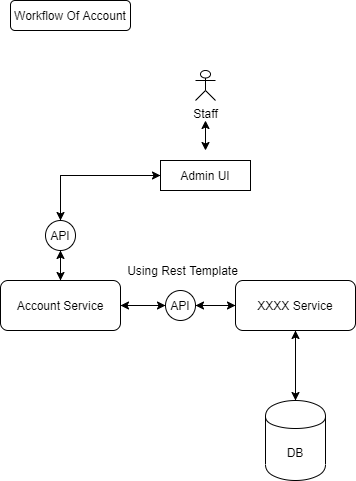
Before: rms-account-document/RMS_ACCCOUNT_SOLUTION.png, a diagram exported from draw.io (kaisven7/rms-documents). Source tidied: cells renumbered, new cells last; positions are measured from the earlier drawing's top-left corner, leaving out a move shared by most shapes. Source of this version:
```xml
<mxGraphModel>
  <root>
    <mxCell id="0" />
    <mxCell id="1" parent="0" />
    <mxCell id="2" value="Staff" style="shape=umlActor;verticalLabelPosition=bottom;labelBackgroundColor=#ffffff;verticalAlign=top;html=1;" parent="1" vertex="1">
      <mxGeometry x="195" y="70" width="20" height="30" as="geometry" />
    </mxCell>
    <mxCell id="3" style="edgeStyle=orthogonalEdgeStyle;rounded=0;jettySize=auto;html=1;exitX=0;exitY=0.5;exitDx=0;exitDy=0;entryX=0.5;entryY=0;entryDx=0;entryDy=0;" parent="1" edge="1" source="4" target="10">
      <mxGeometry relative="1" as="geometry" />
    </mxCell>
    <mxCell id="4" value="Admin UI" style="rounded=0;whiteSpace=wrap;html=1;" parent="1" vertex="1">
      <mxGeometry x="160" y="160" width="90" height="30" as="geometry" />
    </mxCell>
    <mxCell id="5" style="edgeStyle=orthogonalEdgeStyle;rounded=0;jettySize=auto;html=1;exitX=0.5;exitY=0;exitDx=0;exitDy=0;" parent="1" edge="1" source="7" target="10">
      <mxGeometry relative="1" as="geometry" />
    </mxCell>
    <mxCell id="6" style="edgeStyle=orthogonalEdgeStyle;rounded=0;jettySize=auto;html=1;exitX=1;exitY=0.5;exitDx=0;exitDy=0;entryX=0;entryY=0.5;entryDx=0;entryDy=0;" parent="1" edge="1" source="7" target="15">
      <mxGeometry relative="1" as="geometry" />
    </mxCell>
    <mxCell id="7" value="Account Service" style="rounded=1;whiteSpace=wrap;html=1;" parent="1" vertex="1">
      <mxGeometry y="280" width="120" height="50" as="geometry" />
    </mxCell>
    <mxCell id="8" style="edgeStyle=orthogonalEdgeStyle;rounded=0;jettySize=auto;html=1;exitX=0.5;exitY=1;exitDx=0;exitDy=0;entryX=0.5;entryY=0;entryDx=0;entryDy=0;" parent="1" edge="1" source="10" target="7">
      <mxGeometry relative="1" as="geometry" />
    </mxCell>
    <mxCell id="9" style="edgeStyle=orthogonalEdgeStyle;rounded=0;jettySize=auto;html=1;exitX=0.5;exitY=0;exitDx=0;exitDy=0;entryX=0;entryY=0.5;entryDx=0;entryDy=0;" parent="1" edge="1" source="10" target="4">
      <mxGeometry relative="1" as="geometry" />
    </mxCell>
    <mxCell id="10" value="API" style="ellipse;whiteSpace=wrap;html=1;" parent="1" vertex="1">
      <mxGeometry x="45" y="220" width="30" height="30" as="geometry" />
    </mxCell>
    <mxCell id="11" style="endArrow=classic;startArrow=classic;html=1;" parent="1" edge="1">
      <mxGeometry relative="1" as="geometry">
        <mxPoint x="205" y="150" as="sourcePoint" />
        <mxPoint x="205" y="120" as="targetPoint" />
      </mxGeometry>
    </mxCell>
    <mxCell id="12" value="Workflow Of Account" style="rounded=1;whiteSpace=wrap;html=1;" parent="1" vertex="1">
      <mxGeometry x="10" width="120" height="30" as="geometry" />
    </mxCell>
    <mxCell id="13" style="edgeStyle=orthogonalEdgeStyle;rounded=0;jettySize=auto;html=1;exitX=1;exitY=0.5;exitDx=0;exitDy=0;" parent="1" edge="1" source="15" target="17">
      <mxGeometry relative="1" as="geometry" />
    </mxCell>
    <mxCell id="14" style="edgeStyle=orthogonalEdgeStyle;rounded=0;jettySize=auto;html=1;exitX=0;exitY=0.5;exitDx=0;exitDy=0;entryX=1;entryY=0.5;entryDx=0;entryDy=0;" parent="1" edge="1" source="15" target="7">
      <mxGeometry relative="1" as="geometry" />
    </mxCell>
    <mxCell id="15" value="API" style="ellipse;whiteSpace=wrap;html=1;" parent="1" vertex="1">
      <mxGeometry x="165" y="290" width="30" height="30" as="geometry" />
    </mxCell>
    <mxCell id="16" style="edgeStyle=orthogonalEdgeStyle;rounded=0;jettySize=auto;html=1;exitX=0;exitY=0.5;exitDx=0;exitDy=0;" parent="1" edge="1" source="17" target="15">
      <mxGeometry relative="1" as="geometry" />
    </mxCell>
    <mxCell id="17" value="XXXX Service" style="rounded=1;whiteSpace=wrap;html=1;" parent="1" vertex="1">
      <mxGeometry x="235" y="280" width="120" height="50" as="geometry" />
    </mxCell>
    <mxCell id="18" style="edgeStyle=orthogonalEdgeStyle;rounded=0;jettySize=auto;html=1;exitX=0.5;exitY=1;exitDx=0;exitDy=0;entryX=0.5;entryY=0;entryDx=0;entryDy=0;" parent="1" edge="1" target="20">
      <mxGeometry relative="1" as="geometry">
        <mxPoint x="295" y="330" as="sourcePoint" />
      </mxGeometry>
    </mxCell>
    <mxCell id="19" style="edgeStyle=orthogonalEdgeStyle;rounded=0;jettySize=auto;html=1;exitX=0.5;exitY=0;exitDx=0;exitDy=0;entryX=0.5;entryY=1;entryDx=0;entryDy=0;" parent="1" edge="1" source="20" target="17">
      <mxGeometry relative="1" as="geometry" />
    </mxCell>
    <mxCell id="20" value="DB" style="shape=cylinder;whiteSpace=wrap;html=1;boundedLbl=1;backgroundOutline=1;" parent="1" vertex="1">
      <mxGeometry x="265" y="400" width="60" height="80" as="geometry" />
    </mxCell>
    <mxCell id="21" value="Using Rest Template" style="text;html=1;strokeColor=none;fillColor=none;align=center;verticalAlign=middle;whiteSpace=wrap;rounded=0;" parent="1" vertex="1">
      <mxGeometry x="120" y="260" width="125" height="20" as="geometry" />
    </mxCell>
  </root>
</mxGraphModel>
```
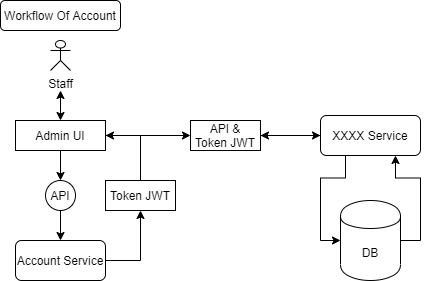
Later version of the same file.

Change to the diagram source:
```diff
@@ -3,69 +3,64 @@
     <mxCell id="0" />
     <mxCell id="1" parent="0" />
     <mxCell id="2" value="Staff" style="shape=umlActor;verticalLabelPosition=bottom;labelBackgroundColor=#ffffff;verticalAlign=top;html=1;" parent="1" vertex="1">
-      <mxGeometry x="195" y="70" width="20" height="30" as="geometry" />
+      <mxGeometry x="-130" y="30" width="20" height="30" as="geometry" />
     </mxCell>
-    <mxCell id="3" style="edgeStyle=orthogonalEdgeStyle;rounded=0;jettySize=auto;html=1;exitX=0;exitY=0.5;exitDx=0;exitDy=0;entryX=0.5;entryY=0;entryDx=0;entryDy=0;" parent="1" edge="1" source="4" target="10">
+    <mxCell id="3" style="edgeStyle=orthogonalEdgeStyle;rounded=0;jettySize=auto;html=1;exitX=0.5;exitY=1;exitDx=0;exitDy=0;entryX=0.5;entryY=0;entryDx=0;entryDy=0;" parent="1" edge="1" source="4" target="10">
       <mxGeometry relative="1" as="geometry" />
     </mxCell>
+    <mxCell id="22" style="edgeStyle=orthogonalEdgeStyle;rounded=0;jettySize=auto;html=1;exitX=1;exitY=0.5;exitDx=0;exitDy=0;entryX=0;entryY=0.5;entryDx=0;entryDy=0;" parent="1" edge="1" source="4" target="29">
+      <mxGeometry relative="1" as="geometry" />
+    </mxCell>
     <mxCell id="4" value="Admin UI" style="rounded=0;whiteSpace=wrap;html=1;" parent="1" vertex="1">
-      <mxGeometry x="160" y="160" width="90" height="30" as="geometry" />
+      <mxGeometry x="-165" y="110" width="90" height="30" as="geometry" />
     </mxCell>
-    <mxCell id="5" style="edgeStyle=orthogonalEdgeStyle;rounded=0;jettySize=auto;html=1;exitX=0.5;exitY=0;exitDx=0;exitDy=0;" parent="1" edge="1" source="7" target="10">
-      <mxGeometry relative="1" as="geometry" />
-    </mxCell>
-    <mxCell id="6" style="edgeStyle=orthogonalEdgeStyle;rounded=0;jettySize=auto;html=1;exitX=1;exitY=0.5;exitDx=0;exitDy=0;entryX=0;entryY=0.5;entryDx=0;entryDy=0;" parent="1" edge="1" source="7" target="15">
-      <mxGeometry relative="1" as="geometry" />
-    </mxCell>
+    <mxCell id="23" style="edgeStyle=orthogonalEdgeStyle;rounded=0;jettySize=auto;html=1;exitX=1;exitY=0.5;exitDx=0;exitDy=0;entryX=0.5;entryY=1;entryDx=0;entryDy=0;" parent="1" edge="1" source="7" target="27">
+      <mxGeometry relative="1" as="geometry" />
+    </mxCell>
     <mxCell id="7" value="Account Service" style="rounded=1;whiteSpace=wrap;html=1;" parent="1" vertex="1">
-      <mxGeometry y="280" width="120" height="50" as="geometry" />
+      <mxGeometry x="-165" y="230" width="90" height="40" as="geometry" />
     </mxCell>
-    <mxCell id="8" style="edgeStyle=orthogonalEdgeStyle;rounded=0;jettySize=auto;html=1;exitX=0.5;exitY=1;exitDx=0;exitDy=0;entryX=0.5;entryY=0;entryDx=0;entryDy=0;" parent="1" edge="1" source="10" target="7">
+    <mxCell id="8" style="edgeStyle=orthogonalEdgeStyle;rounded=0;jettySize=auto;html=1;exitX=0.5;exitY=1;exitDx=0;exitDy=0;" parent="1" edge="1" source="10" target="7">
       <mxGeometry relative="1" as="geometry" />
     </mxCell>
-    <mxCell id="9" style="edgeStyle=orthogonalEdgeStyle;rounded=0;jettySize=auto;html=1;exitX=0.5;exitY=0;exitDx=0;exitDy=0;entryX=0;entryY=0.5;entryDx=0;entryDy=0;" parent="1" edge="1" source="10" target="4">
-      <mxGeometry relative="1" as="geometry" />
-    </mxCell>
     <mxCell id="10" value="API" style="ellipse;whiteSpace=wrap;html=1;" parent="1" vertex="1">
-      <mxGeometry x="45" y="220" width="30" height="30" as="geometry" />
+      <mxGeometry x="-135" y="170" width="30" height="30" as="geometry" />
     </mxCell>
     <mxCell id="11" style="endArrow=classic;startArrow=classic;html=1;" parent="1" edge="1">
       <mxGeometry relative="1" as="geometry">
-        <mxPoint x="205" y="150" as="sourcePoint" />
-        <mxPoint x="205" y="120" as="targetPoint" />
+        <mxPoint x="-120" y="110" as="sourcePoint" />
+        <mxPoint x="-120" y="80" as="targetPoint" />
       </mxGeometry>
     </mxCell>
     <mxCell id="12" value="Workflow Of Account" style="rounded=1;whiteSpace=wrap;html=1;" parent="1" vertex="1">
-      <mxGeometry x="10" width="120" height="30" as="geometry" />
+      <mxGeometry x="-180" y="-10" width="120" height="30" as="geometry" />
     </mxCell>
-    <mxCell id="13" style="edgeStyle=orthogonalEdgeStyle;rounded=0;jettySize=auto;html=1;exitX=1;exitY=0.5;exitDx=0;exitDy=0;" parent="1" edge="1" source="15" target="17">
-      <mxGeometry relative="1" as="geometry" />
-    </mxCell>
-    <mxCell id="14" style="edgeStyle=orthogonalEdgeStyle;rounded=0;jettySize=auto;html=1;exitX=0;exitY=0.5;exitDx=0;exitDy=0;entryX=1;entryY=0.5;entryDx=0;entryDy=0;" parent="1" edge="1" source="15" target="7">
-      <mxGeometry relative="1" as="geometry" />
-    </mxCell>
-    <mxCell id="15" value="API" style="ellipse;whiteSpace=wrap;html=1;" parent="1" vertex="1">
-      <mxGeometry x="165" y="290" width="30" height="30" as="geometry" />
-    </mxCell>
-    <mxCell id="16" style="edgeStyle=orthogonalEdgeStyle;rounded=0;jettySize=auto;html=1;exitX=0;exitY=0.5;exitDx=0;exitDy=0;" parent="1" edge="1" source="17" target="15">
-      <mxGeometry relative="1" as="geometry" />
-    </mxCell>
+    <mxCell id="24" style="edgeStyle=orthogonalEdgeStyle;rounded=0;jettySize=auto;html=1;exitX=0.25;exitY=1;exitDx=0;exitDy=0;entryX=0;entryY=0.5;entryDx=0;entryDy=0;" parent="1" edge="1" source="17" target="20">
+      <mxGeometry relative="1" as="geometry" />
+    </mxCell>
+    <mxCell id="25" style="edgeStyle=orthogonalEdgeStyle;rounded=0;jettySize=auto;html=1;exitX=0;exitY=0.5;exitDx=0;exitDy=0;" parent="1" edge="1" source="17" target="29">
+      <mxGeometry relative="1" as="geometry" />
+    </mxCell>
     <mxCell id="17" value="XXXX Service" style="rounded=1;whiteSpace=wrap;html=1;" parent="1" vertex="1">
-      <mxGeometry x="235" y="280" width="120" height="50" as="geometry" />
+      <mxGeometry x="140" y="105" width="100" height="40" as="geometry" />
     </mxCell>
-    <mxCell id="18" style="edgeStyle=orthogonalEdgeStyle;rounded=0;jettySize=auto;html=1;exitX=0.5;exitY=1;exitDx=0;exitDy=0;entryX=0.5;entryY=0;entryDx=0;entryDy=0;" parent="1" edge="1" target="20">
-      <mxGeometry relative="1" as="geometry">
-        <mxPoint x="295" y="330" as="sourcePoint" />
-      </mxGeometry>
-    </mxCell>
-    <mxCell id="19" style="edgeStyle=orthogonalEdgeStyle;rounded=0;jettySize=auto;html=1;exitX=0.5;exitY=0;exitDx=0;exitDy=0;entryX=0.5;entryY=1;entryDx=0;entryDy=0;" parent="1" edge="1" source="20" target="17">
+    <mxCell id="19" style="edgeStyle=orthogonalEdgeStyle;rounded=0;jettySize=auto;html=1;exitX=1;exitY=0.5;exitDx=0;exitDy=0;entryX=0.75;entryY=1;entryDx=0;entryDy=0;" parent="1" edge="1" source="20" target="17">
       <mxGeometry relative="1" as="geometry" />
     </mxCell>
     <mxCell id="20" value="DB" style="shape=cylinder;whiteSpace=wrap;html=1;boundedLbl=1;backgroundOutline=1;" parent="1" vertex="1">
-      <mxGeometry x="265" y="400" width="60" height="80" as="geometry" />
+      <mxGeometry x="160" y="190" width="60" height="80" as="geometry" />
     </mxCell>
-    <mxCell id="21" value="Using Rest Template" style="text;html=1;strokeColor=none;fillColor=none;align=center;verticalAlign=middle;whiteSpace=wrap;rounded=0;" parent="1" vertex="1">
-      <mxGeometry x="120" y="260" width="125" height="20" as="geometry" />
-    </mxCell>
+    <mxCell id="26" style="edgeStyle=orthogonalEdgeStyle;rounded=0;jettySize=auto;html=1;exitX=0.5;exitY=0;exitDx=0;exitDy=0;entryX=1;entryY=0.5;entryDx=0;entryDy=0;" parent="1" edge="1" source="27" target="4">
+      <mxGeometry relative="1" as="geometry" />
+    </mxCell>
+    <mxCell id="27" value="Token JWT" style="rounded=0;whiteSpace=wrap;html=1;" parent="1" vertex="1">
+      <mxGeometry x="-75" y="170" width="70" height="30" as="geometry" />
+    </mxCell>
+    <mxCell id="28" style="edgeStyle=orthogonalEdgeStyle;rounded=0;jettySize=auto;html=1;exitX=1;exitY=0.5;exitDx=0;exitDy=0;entryX=0;entryY=0.5;entryDx=0;entryDy=0;" parent="1" edge="1" source="29" target="17">
+      <mxGeometry relative="1" as="geometry" />
+    </mxCell>
+    <mxCell id="29" value="API &amp;amp;&lt;br&gt;Token JWT" style="rounded=0;whiteSpace=wrap;html=1;" parent="1" vertex="1">
+      <mxGeometry x="10" y="110" width="70" height="30" as="geometry" />
+    </mxCell>
   </root>
 </mxGraphModel>
```
